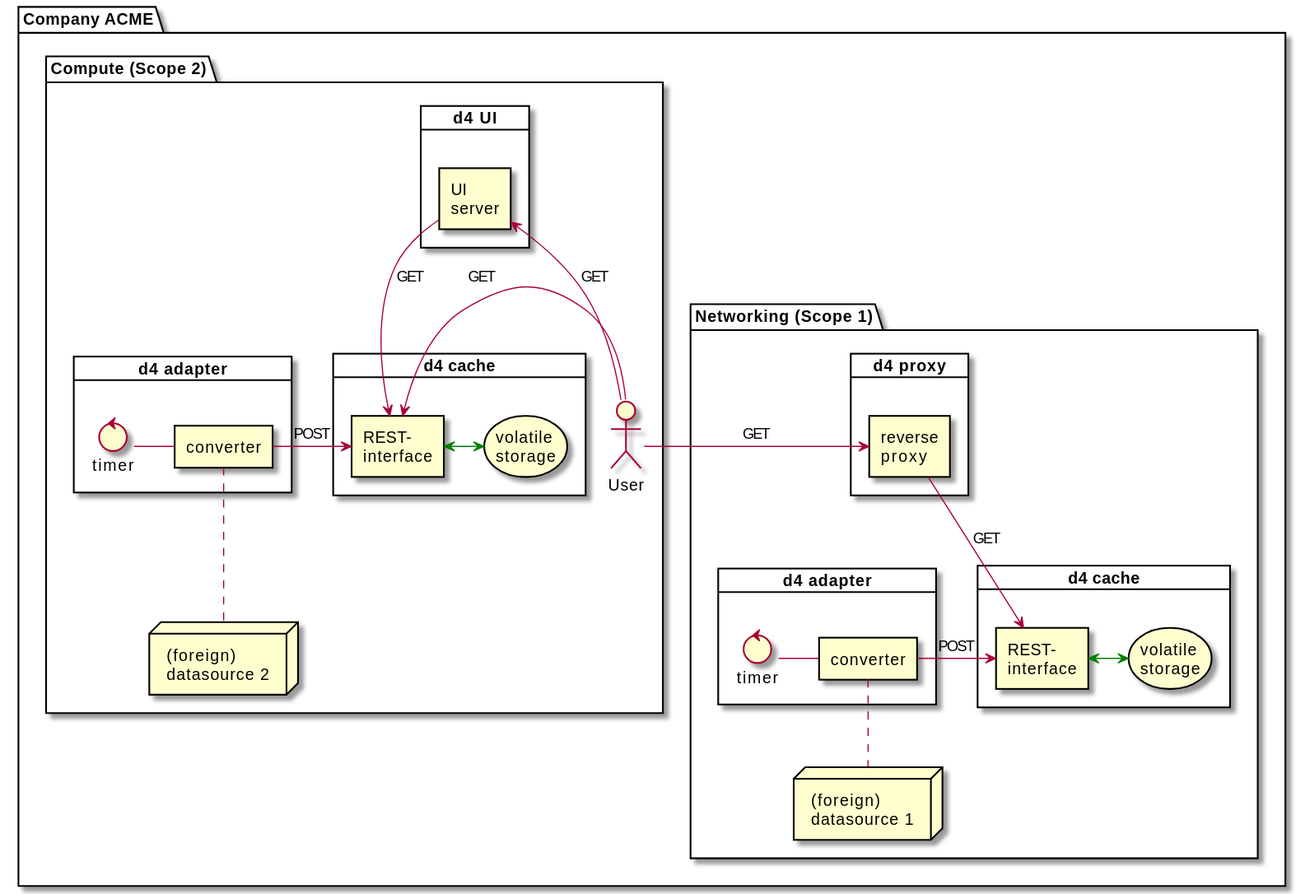
Above: docs/deployment/plantuml/pictures/compay_acme_scopes01.svg in smart-energy-di/d4 (PlantUML), before the change. Its diagram source:
```plantuml
@startuml
!include include/d4_inc_scope.puml

package ca as "Company ACME" {
    $d4scope(ca, scp1, "Networking (Scope 1)", $show_ds1=true, $show_ds2=false, $show_ds3=false, $show_rproxy=true, $show_cache=true, $show_ui=false, $show_ui_user=false, $show_adpt=true)
    $d4scope(ca, scp2, "Compute (Scope 2)", $show_ds1=false, $show_ds2=true, $show_ds3=false, $show_rproxy=false, $show_cache=true, $show_ui=true, $show_ui_user=true, $show_adpt=true)
    ca_scp1_d4_prxy_conv <-l- ca_scp2_d4_actor_ui : GET

}

@enduml
```
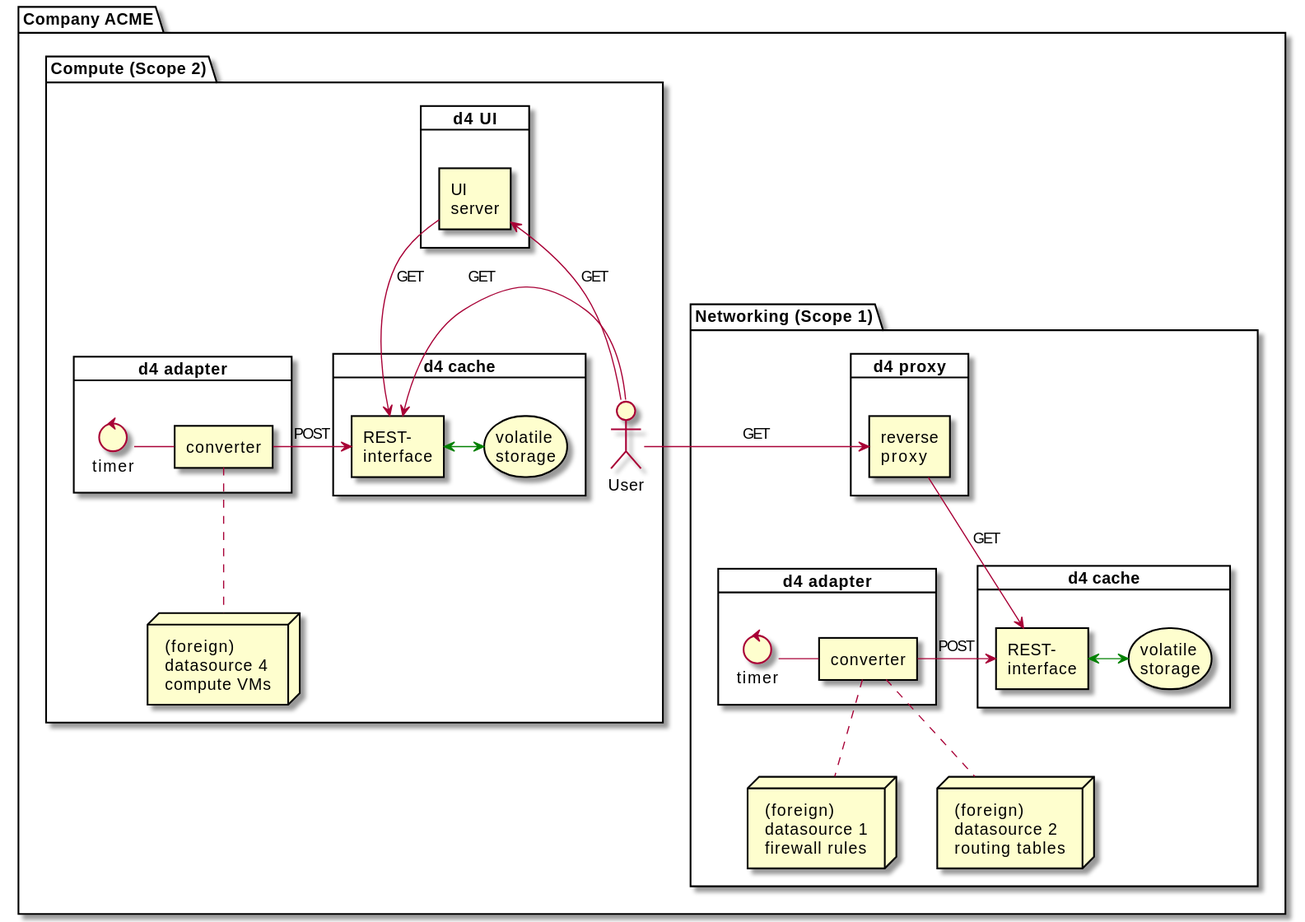
Later version of the same file.

Change to the diagram source:
```diff
@@ -2,8 +2,8 @@
 !include include/d4_inc_scope.puml
 
 package ca as "Company ACME" {
-    $d4scope(ca, scp1, "Networking (Scope 1)", $show_ds1=true, $show_ds2=false, $show_ds3=false, $show_rproxy=true, $show_cache=true, $show_ui=false, $show_ui_user=false, $show_adpt=true)
-    $d4scope(ca, scp2, "Compute (Scope 2)", $show_ds1=false, $show_ds2=true, $show_ds3=false, $show_rproxy=false, $show_cache=true, $show_ui=true, $show_ui_user=true, $show_adpt=true)
+    $d4scope(ca, scp1, "Networking (Scope 1)", $show_ds1=true, $show_ds2=true, $show_rproxy=true, $show_cache=true, $show_ui=false, $show_ui_user=false, $show_adpt=true)
+    $d4scope(ca, scp2, "Compute (Scope 2)", $show_ds4=true, $show_rproxy=false, $show_cache=true, $show_ui=true, $show_ui_user=true, $show_adpt=true)
     ca_scp1_d4_prxy_conv <-l- ca_scp2_d4_actor_ui : GET
 
 }
```
